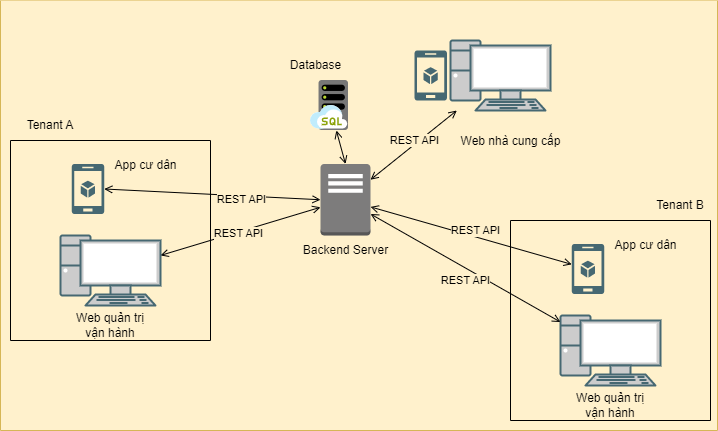
This is chung/sơ đồ tổng quan.drawio.png from kienndhn/draw-io, a draw.io export, as it was before one commit. Source tidied: cells renumbered, new cells last; positions are measured from the earlier drawing's top-left corner, leaving out a move shared by most shapes. Its diagram source:
```xml
<mxGraphModel>
  <root>
    <mxCell id="0" />
    <mxCell id="1" parent="0" />
    <mxCell id="2" value="Web quản trị" style="text;html=1;align=center;verticalAlign=middle;strokeColor=none;fillColor=none;" parent="1" vertex="1">
      <mxGeometry x="507.8" y="190" width="90" height="30" as="geometry" />
    </mxCell>
    <mxCell id="3" style="swimlane;startSize=0;fillColor=#fff2cc;strokeColor=#d6b656;swimlaneFillColor=#fff1cc;labelBackgroundColor=#956565;" parent="1" vertex="1">
      <mxGeometry width="717" height="430" as="geometry" />
    </mxCell>
    <mxCell id="4" style="edgeStyle=none;rounded=0;jettySize=auto;html=1;startArrow=open;startFill=0;endArrow=open;endFill=0;exitX=0.5;exitY=0;exitDx=0;exitDy=0;exitPerimeter=0;" parent="3" edge="1" source="13" target="12">
      <mxGeometry relative="1" as="geometry" />
    </mxCell>
    <mxCell id="5" style="rounded=0;jettySize=auto;html=1;entryX=0;entryY=0.5;entryDx=0;entryDy=0;endArrow=open;endFill=0;startArrow=open;startFill=0;exitX=1;exitY=0.5;exitDx=0;exitDy=0;exitPerimeter=0;entryPerimeter=0;" parent="3" edge="1" source="17" target="13">
      <mxGeometry relative="1" as="geometry" />
    </mxCell>
    <mxCell id="6" value="REST API" style="edgeLabel;html=1;align=center;verticalAlign=middle;labelBackgroundColor=#fff1cc;" parent="5" vertex="1">
      <mxGeometry x="-0.17" y="-1" relative="1" as="geometry">
        <mxPoint x="47" y="5" as="offset" />
      </mxGeometry>
    </mxCell>
    <mxCell id="7" value="Backend Server" style="text;html=1;align=center;verticalAlign=middle;strokeColor=none;fillColor=none;" parent="3" vertex="1">
      <mxGeometry x="290" y="235" width="110" height="30" as="geometry" />
    </mxCell>
    <mxCell id="8" value="Database" style="text;html=1;align=center;verticalAlign=middle;strokeColor=none;fillColor=none;" parent="3" vertex="1">
      <mxGeometry x="280" y="50" width="70" height="30" as="geometry" />
    </mxCell>
    <mxCell id="9" style="edgeStyle=none;rounded=0;jettySize=auto;html=1;startArrow=open;startFill=0;endArrow=open;endFill=0;" parent="3" edge="1" source="13" target="15">
      <mxGeometry relative="1" as="geometry" />
    </mxCell>
    <mxCell id="10" style="edgeStyle=none;rounded=0;jettySize=auto;html=1;startArrow=open;startFill=0;endArrow=open;endFill=0;" parent="3" edge="1" source="21" target="13">
      <mxGeometry relative="1" as="geometry" />
    </mxCell>
    <mxCell id="11" value="Web nhà cung cấp" style="text;html=1;align=center;verticalAlign=middle;strokeColor=none;fillColor=none;" parent="3" vertex="1">
      <mxGeometry x="450" y="125.8" width="120" height="30" as="geometry" />
    </mxCell>
    <mxCell id="12" style="sketch=0;html=1;points=[];align=center;image;fontSize=12;image=img/lib/mscae/SQL_Managed_Instances.svg;" parent="3" vertex="1">
      <mxGeometry x="310" y="80" width="38" height="50" as="geometry" />
    </mxCell>
    <mxCell id="13" style="outlineConnect=0;dashed=0;verticalLabelPosition=bottom;verticalAlign=top;align=center;html=1;shape=mxgraph.aws3.traditional_server;fillColor=#7D7C7C;gradientColor=none;strokeColor=#466872;" parent="3" vertex="1">
      <mxGeometry x="320" y="163.5" width="50" height="71.5" as="geometry" />
    </mxCell>
    <mxCell id="14" style="swimlane;startSize=0;" parent="3" vertex="1">
      <mxGeometry x="10" y="140" width="200" height="200" as="geometry" />
    </mxCell>
    <mxCell id="15" style="fontColor=#0066CC;verticalAlign=top;verticalLabelPosition=bottom;labelPosition=center;align=center;html=1;outlineConnect=0;fillColor=#CCCCCC;strokeColor=#466872;gradientColor=none;gradientDirection=north;strokeWidth=2;shape=mxgraph.networks.pc;" parent="14" vertex="1">
      <mxGeometry x="50" y="95" width="100" height="70" as="geometry" />
    </mxCell>
    <mxCell id="16" value="Web quản trị vận hành" style="text;html=1;strokeColor=none;fillColor=none;align=center;verticalAlign=middle;whiteSpace=wrap;rounded=0;" parent="14" vertex="1">
      <mxGeometry x="61.2" y="170" width="77.5" height="30" as="geometry" />
    </mxCell>
    <mxCell id="17" style="verticalLabelPosition=bottom;html=1;verticalAlign=top;align=center;strokeColor=none;fillColor=#466872;shape=mxgraph.azure.mobile_services;" parent="14" vertex="1">
      <mxGeometry x="61.2" y="23.5" width="32.5" height="50" as="geometry" />
    </mxCell>
    <mxCell id="18" value="App cư dân" style="text;html=1;align=center;verticalAlign=middle;strokeColor=none;fillColor=none;" parent="14" vertex="1">
      <mxGeometry x="90" y="10" width="90" height="30" as="geometry" />
    </mxCell>
    <mxCell id="19" style="group;" parent="3" vertex="1">
      <mxGeometry x="414" y="40" width="136" height="70" as="geometry" />
    </mxCell>
    <mxCell id="20" style="verticalLabelPosition=bottom;html=1;verticalAlign=top;align=center;strokeColor=none;fillColor=#466872;shape=mxgraph.azure.mobile_services;" parent="19" vertex="1">
      <mxGeometry y="10" width="32.5" height="50" as="geometry" />
    </mxCell>
    <mxCell id="21" style="fontColor=#0066CC;verticalAlign=top;verticalLabelPosition=bottom;labelPosition=center;align=center;html=1;outlineConnect=0;fillColor=#CCCCCC;strokeColor=#466872;gradientColor=none;gradientDirection=north;strokeWidth=2;shape=mxgraph.networks.pc;" parent="19" vertex="1">
      <mxGeometry x="36" width="100" height="70" as="geometry" />
    </mxCell>
    <mxCell id="22" value="Tenant A" style="text;html=1;strokeColor=none;fillColor=none;align=center;verticalAlign=middle;whiteSpace=wrap;rounded=0;" parent="3" vertex="1">
      <mxGeometry x="20" y="110" width="60" height="30" as="geometry" />
    </mxCell>
    <mxCell id="23" value="REST API" style="edgeLabel;html=1;align=center;verticalAlign=middle;labelBackgroundColor=#fff1cc;" parent="3" vertex="1">
      <mxGeometry x="414" y="140" as="geometry" />
    </mxCell>
    <mxCell id="24" style="swimlane;startSize=0;" parent="3" vertex="1">
      <mxGeometry x="510" y="220" width="200" height="200" as="geometry" />
    </mxCell>
    <mxCell id="25" style="fontColor=#0066CC;verticalAlign=top;verticalLabelPosition=bottom;labelPosition=center;align=center;html=1;outlineConnect=0;fillColor=#CCCCCC;strokeColor=#466872;gradientColor=none;gradientDirection=north;strokeWidth=2;shape=mxgraph.networks.pc;" parent="24" vertex="1">
      <mxGeometry x="50" y="95" width="100" height="70" as="geometry" />
    </mxCell>
    <mxCell id="26" value="Web quản trị vận hành" style="text;html=1;strokeColor=none;fillColor=none;align=center;verticalAlign=middle;whiteSpace=wrap;rounded=0;" parent="24" vertex="1">
      <mxGeometry x="61.2" y="170" width="77.5" height="30" as="geometry" />
    </mxCell>
    <mxCell id="27" style="verticalLabelPosition=bottom;html=1;verticalAlign=top;align=center;strokeColor=none;fillColor=#466872;shape=mxgraph.azure.mobile_services;" parent="24" vertex="1">
      <mxGeometry x="61.2" y="23.5" width="32.5" height="50" as="geometry" />
    </mxCell>
    <mxCell id="28" value="App cư dân" style="text;html=1;align=center;verticalAlign=middle;strokeColor=none;fillColor=none;" parent="24" vertex="1">
      <mxGeometry x="90" y="10" width="90" height="30" as="geometry" />
    </mxCell>
    <mxCell id="29" style="rounded=0;jettySize=auto;html=1;endArrow=open;endFill=0;startArrow=open;startFill=0;" parent="3" edge="1" source="27" target="13">
      <mxGeometry relative="1" as="geometry" />
    </mxCell>
    <mxCell id="30" style="rounded=0;jettySize=auto;html=1;endArrow=open;endFill=0;startArrow=open;startFill=0;" parent="3" edge="1" source="25" target="13">
      <mxGeometry relative="1" as="geometry" />
    </mxCell>
    <mxCell id="31" value="Tenant B" style="text;html=1;strokeColor=none;fillColor=none;align=center;verticalAlign=middle;whiteSpace=wrap;rounded=0;" parent="3" vertex="1">
      <mxGeometry x="650" y="190" width="60" height="30" as="geometry" />
    </mxCell>
    <mxCell id="32" value="REST API" style="edgeLabel;html=1;align=center;verticalAlign=middle;labelBackgroundColor=#fff1cc;" parent="3" vertex="1">
      <mxGeometry x="482" y="235" as="geometry">
        <mxPoint x="-7" y="-5" as="offset" />
      </mxGeometry>
    </mxCell>
    <mxCell id="33" value="REST API" style="edgeLabel;html=1;align=center;verticalAlign=middle;labelBackgroundColor=#fff1cc;" parent="3" vertex="1">
      <mxGeometry x="240" y="180" as="geometry">
        <mxPoint x="-2" y="53" as="offset" />
      </mxGeometry>
    </mxCell>
    <mxCell id="34" value="REST API" style="edgeLabel;html=1;align=center;verticalAlign=middle;labelBackgroundColor=#fff1cc;" parent="1" vertex="1">
      <mxGeometry x="480" y="250" as="geometry">
        <mxPoint x="-15" y="30" as="offset" />
      </mxGeometry>
    </mxCell>
  </root>
</mxGraphModel>
```
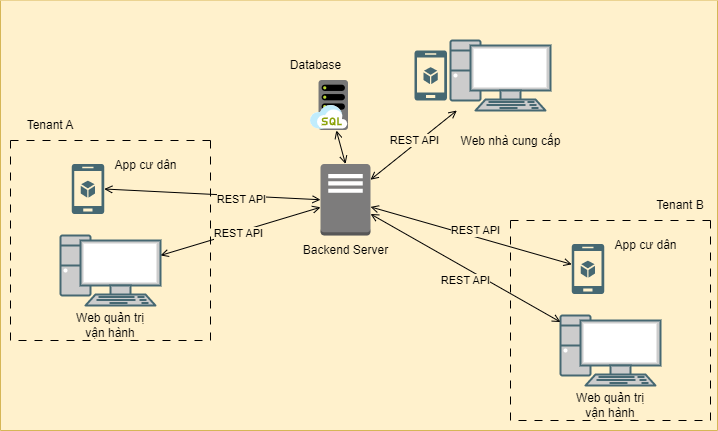
The same diagram one commit later.

Diff of the diagram source:
```diff
@@ -40,7 +40,7 @@
     <mxCell id="13" style="outlineConnect=0;dashed=0;verticalLabelPosition=bottom;verticalAlign=top;align=center;html=1;shape=mxgraph.aws3.traditional_server;fillColor=#7D7C7C;gradientColor=none;strokeColor=#466872;" parent="3" vertex="1">
       <mxGeometry x="320" y="163.5" width="50" height="71.5" as="geometry" />
     </mxCell>
-    <mxCell id="14" style="swimlane;startSize=0;" parent="3" vertex="1">
+    <mxCell id="14" style="swimlane;startSize=0;dashed=1;dashPattern=8 8;" parent="3" vertex="1">
       <mxGeometry x="10" y="140" width="200" height="200" as="geometry" />
     </mxCell>
     <mxCell id="15" style="fontColor=#0066CC;verticalAlign=top;verticalLabelPosition=bottom;labelPosition=center;align=center;html=1;outlineConnect=0;fillColor=#CCCCCC;strokeColor=#466872;gradientColor=none;gradientDirection=north;strokeWidth=2;shape=mxgraph.networks.pc;" parent="14" vertex="1">
@@ -70,7 +70,7 @@
     <mxCell id="23" value="REST API" style="edgeLabel;html=1;align=center;verticalAlign=middle;labelBackgroundColor=#fff1cc;" parent="3" vertex="1">
       <mxGeometry x="414" y="140" as="geometry" />
     </mxCell>
-    <mxCell id="24" style="swimlane;startSize=0;" parent="3" vertex="1">
+    <mxCell id="24" style="swimlane;startSize=0;dashed=1;dashPattern=8 8;" parent="3" vertex="1">
       <mxGeometry x="510" y="220" width="200" height="200" as="geometry" />
     </mxCell>
     <mxCell id="25" style="fontColor=#0066CC;verticalAlign=top;verticalLabelPosition=bottom;labelPosition=center;align=center;html=1;outlineConnect=0;fillColor=#CCCCCC;strokeColor=#466872;gradientColor=none;gradientDirection=north;strokeWidth=2;shape=mxgraph.networks.pc;" parent="24" vertex="1">
```
